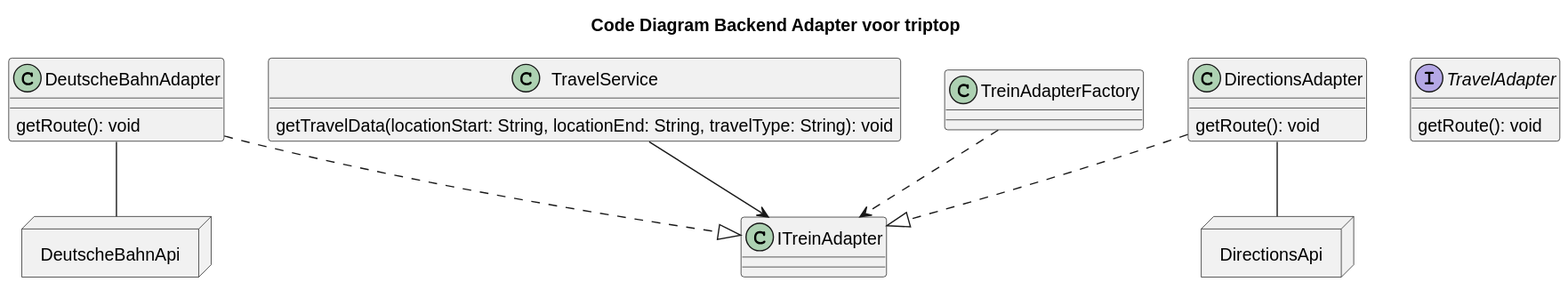
The PlantUML diagram software-guidebook/code_diagram_joost.svg in AIM-ENE-feb25/triptop-groep-tweeeeeeeeeeeeeeeeeeeeee, before a commit.
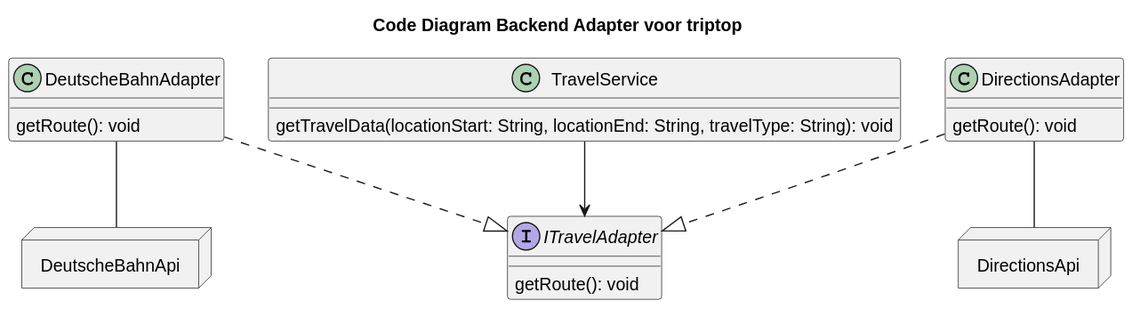
Above is the later version.

Commit message:
Change v3 Code diagram

Diff of the diagram source:
```diff
@@ -6,7 +6,7 @@
     getTravelData(locationStart: String, locationEnd: String, travelType: String): void
 }
 
-interface TravelAdapter{
+interface ITravelAdapter{
    getRoute(): void
 }
 class DirectionsAdapter{
@@ -19,11 +19,11 @@
 
 
 
-TravelService --> ITreinAdapter
+TravelService --> ITravelAdapter
 
-DirectionsAdapter..|> ITreinAdapter
-DeutscheBahnAdapter ..|> ITreinAdapter
-TreinAdapterFactory ..> ITreinAdapter
+DirectionsAdapter..|> ITravelAdapter
+DeutscheBahnAdapter ..|> ITravelAdapter
+
 
 node DeutscheBahnAPI as "DeutscheBahnApi"{
    }
```
